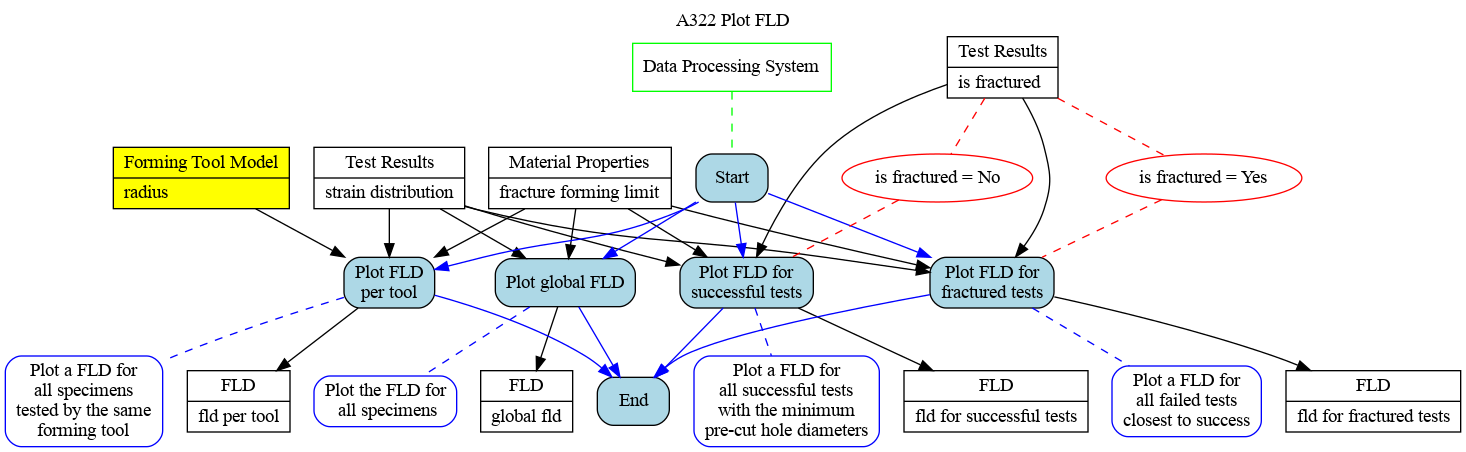
Above: Ontology_Layer/Behaviour_Model/09_A322.gv.png in ModelsforManufacturing/hole-flanging-by-SPIF-in-a-single-stage (Graphviz), before the change. Its source is kept beside it as Ontology_Layer/Behaviour_Model/09_A322.gv.
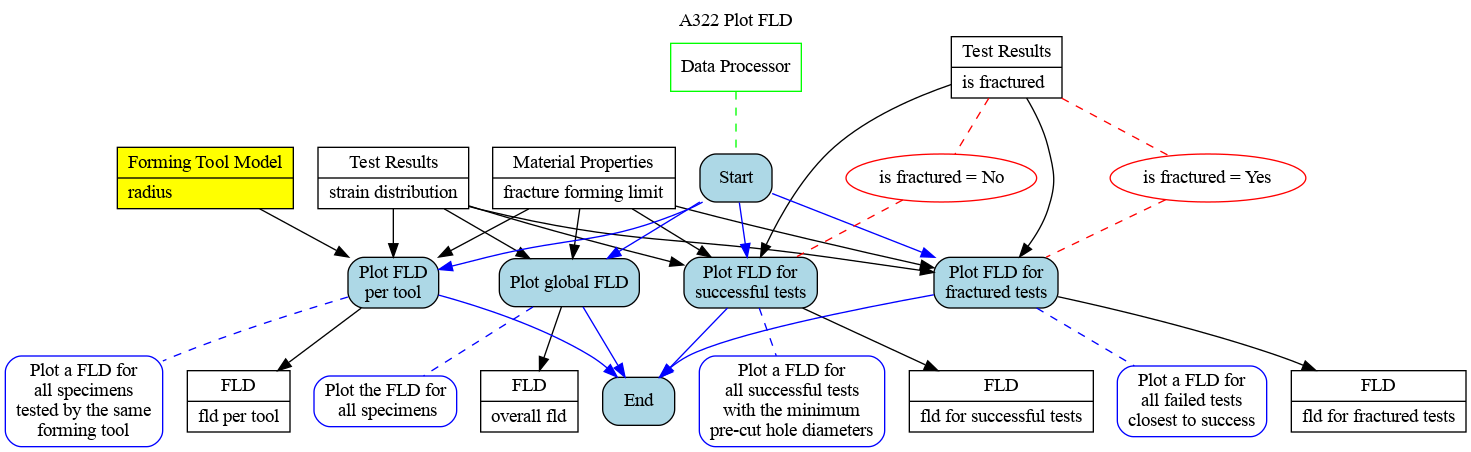
Later version of the same file.

The edit, as a diff of the source:
```diff
@@ -8,13 +8,13 @@
 frac [label="{Test Results|is fractured\l}"];
 prop [label="{Material Properties|fracture forming limit\l}"];
 tool [label="{Forming Tool Model|radius\l}", fillcolor=yellow];
-fld [label="{FLD|global fld\l}"];
+fld [label="{FLD|overall fld\l}"];
 fld_tool [label="{FLD|fld per tool\l}"];
 fld_succ [label="{FLD|fld for successful tests\l}"];
 fld_fail [label="{FLD|fld for fractured tests\l}"];
 
 node [shape=box, style=filled, fillcolor=white, color=green]
-m1 [label="Data Processing System"]
+m1 [label="Data Processor"]
 
 node [shape=box, style="filled, rounded", fillcolor=lightblue, color=black]
 Start
```
